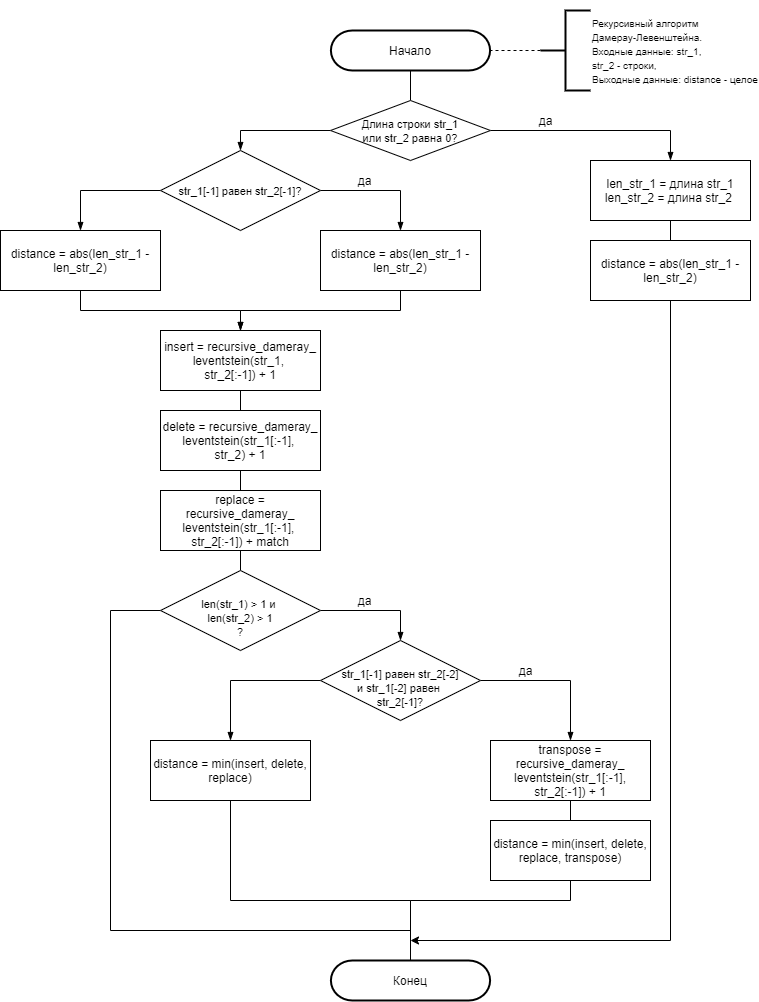
The draw.io diagram lab_01/report/diagrams/Рекурсивный Дамерау-Левенштейн.png in leontartykov/bmstu_sem_5_aa, before a commit. Source tidied: cells renumbered, new cells last; positions are measured from the earlier drawing's top-left corner, leaving out a move shared by most shapes. Source of this version:
```xml
<mxGraphModel>
  <root>
    <mxCell id="0" />
    <mxCell id="1" parent="0" />
    <mxCell id="2" style="edgeStyle=orthogonalEdgeStyle;rounded=0;jettySize=auto;html=1;exitX=0.5;exitY=1;exitDx=0;exitDy=0;exitPerimeter=0;entryX=0.5;entryY=0;entryDx=0;entryDy=0;endArrow=none;endFill=0;" parent="1" edge="1" source="3" target="8">
      <mxGeometry relative="1" as="geometry" />
    </mxCell>
    <mxCell id="3" value="Начало" style="strokeWidth=2;html=1;shape=(stored shape, 464 characters);whiteSpace=wrap;" parent="1" vertex="1">
      <mxGeometry x="260" y="20" width="300" height="40" as="geometry" />
    </mxCell>
    <mxCell id="4" value="&lt;font style=&quot;font-size: 10px&quot;&gt;&lt;br&gt;Рекурсивный алгоритм &lt;br&gt;Дамерау-Левенштейна.&lt;br&gt;Входные данные: str_1, &lt;br&gt;str_2 - строки,&lt;br&gt;Выходные данные: distance - целое&lt;br&gt;&lt;br&gt;&lt;/font&gt;" style="strokeWidth=2;html=1;shape=mxgraph.flowchart.annotation_2;align=left;labelPosition=right;" parent="1" vertex="1">
      <mxGeometry x="540" width="50" height="80" as="geometry" />
    </mxCell>
    <mxCell id="5" style="edgeStyle=orthogonalEdgeStyle;rounded=0;orthogonalLoop=1;jettySize=auto;html=1;exitX=0;exitY=0.5;exitDx=0;exitDy=0;exitPerimeter=0;endArrow=none;endFill=0;dashed=1;" parent="1" edge="1">
      <mxGeometry relative="1" as="geometry">
        <mxPoint x="540" y="40" as="sourcePoint" />
        <mxPoint x="489" y="40" as="targetPoint" />
      </mxGeometry>
    </mxCell>
    <mxCell id="6" style="edgeStyle=orthogonalEdgeStyle;rounded=0;jettySize=auto;html=1;exitX=1;exitY=0.5;exitDx=0;exitDy=0;entryX=0.5;entryY=0;entryDx=0;entryDy=0;endArrow=blockThin;endFill=1;" parent="1" edge="1" source="8" target="10">
      <mxGeometry relative="1" as="geometry" />
    </mxCell>
    <mxCell id="7" style="edgeStyle=orthogonalEdgeStyle;rounded=0;jettySize=auto;html=1;exitX=0;exitY=0.5;exitDx=0;exitDy=0;entryX=0.5;entryY=0;entryDx=0;entryDy=0;endArrow=blockThin;endFill=1;" parent="1" edge="1" source="8" target="15">
      <mxGeometry relative="1" as="geometry" />
    </mxCell>
    <mxCell id="8" value="&lt;font style=&quot;font-size: 11px&quot;&gt;Длина строки str_1&lt;br&gt;или&amp;nbsp;str_2 равна 0?&lt;/font&gt;" style="rhombus;whiteSpace=wrap;html=1;" parent="1" vertex="1">
      <mxGeometry x="330" y="90" width="160" height="60" as="geometry" />
    </mxCell>
    <mxCell id="9" style="edgeStyle=orthogonalEdgeStyle;rounded=0;jettySize=auto;html=1;exitX=0.5;exitY=1;exitDx=0;exitDy=0;entryX=0.5;entryY=0;entryDx=0;entryDy=0;endArrow=none;endFill=0;" parent="1" edge="1" source="10" target="12">
      <mxGeometry relative="1" as="geometry" />
    </mxCell>
    <mxCell id="10" value="len_str_1 = длина str_1&lt;br&gt;len_str_2 = длина str_2&amp;nbsp;" style="rounded=0;whiteSpace=wrap;html=1;" parent="1" vertex="1">
      <mxGeometry x="590" y="150" width="160" height="60" as="geometry" />
    </mxCell>
    <mxCell id="11" style="edgeStyle=orthogonalEdgeStyle;rounded=0;jettySize=auto;html=1;exitX=0.5;exitY=1;exitDx=0;exitDy=0;" parent="1" edge="1" source="12">
      <mxGeometry relative="1" as="geometry">
        <mxPoint x="410" y="930" as="targetPoint" />
        <Array as="points">
          <mxPoint x="670" y="930" />
        </Array>
      </mxGeometry>
    </mxCell>
    <mxCell id="12" value="distance = abs(len_str_1 - len_str_2)" style="rounded=0;whiteSpace=wrap;html=1;" parent="1" vertex="1">
      <mxGeometry x="590" y="230" width="160" height="60" as="geometry" />
    </mxCell>
    <mxCell id="13" style="edgeStyle=orthogonalEdgeStyle;rounded=0;jettySize=auto;html=1;exitX=1;exitY=0.5;exitDx=0;exitDy=0;entryX=0.5;entryY=0;entryDx=0;entryDy=0;endArrow=blockThin;endFill=1;" parent="1" edge="1" source="15" target="17">
      <mxGeometry relative="1" as="geometry" />
    </mxCell>
    <mxCell id="14" style="edgeStyle=orthogonalEdgeStyle;rounded=0;jettySize=auto;html=1;exitX=0;exitY=0.5;exitDx=0;exitDy=0;entryX=0.5;entryY=0;entryDx=0;entryDy=0;endArrow=blockThin;endFill=1;" parent="1" edge="1" source="15" target="19">
      <mxGeometry relative="1" as="geometry" />
    </mxCell>
    <mxCell id="15" value="&lt;span style=&quot;font-size: 11px&quot;&gt;str_1[-1] равен str_2[-1]?&lt;/span&gt;" style="rhombus;whiteSpace=wrap;html=1;" parent="1" vertex="1">
      <mxGeometry x="160" y="140" width="160" height="80" as="geometry" />
    </mxCell>
    <mxCell id="16" style="edgeStyle=orthogonalEdgeStyle;rounded=0;jettySize=auto;html=1;entryX=0.5;entryY=0;entryDx=0;entryDy=0;endArrow=blockThin;endFill=1;" parent="1" edge="1" source="17" target="23">
      <mxGeometry relative="1" as="geometry" />
    </mxCell>
    <mxCell id="17" value="distance = abs(len_str_1 - len_str_2)" style="rounded=0;whiteSpace=wrap;html=1;" parent="1" vertex="1">
      <mxGeometry x="320" y="220" width="160" height="60" as="geometry" />
    </mxCell>
    <mxCell id="18" style="edgeStyle=orthogonalEdgeStyle;rounded=0;jettySize=auto;html=1;exitX=0.5;exitY=1;exitDx=0;exitDy=0;entryX=0.5;entryY=0;entryDx=0;entryDy=0;endArrow=blockThin;endFill=1;" parent="1" edge="1" source="19" target="23">
      <mxGeometry relative="1" as="geometry" />
    </mxCell>
    <mxCell id="19" value="distance = abs(len_str_1 - len_str_2)" style="rounded=0;whiteSpace=wrap;html=1;" parent="1" vertex="1">
      <mxGeometry y="220" width="160" height="60" as="geometry" />
    </mxCell>
    <mxCell id="20" value="да" style="text;html=1;align=center;verticalAlign=middle;strokeColor=none;" parent="1" vertex="1">
      <mxGeometry x="349" y="160" width="30" height="20" as="geometry" />
    </mxCell>
    <mxCell id="21" value="да" style="text;html=1;align=center;verticalAlign=middle;strokeColor=none;" parent="1" vertex="1">
      <mxGeometry x="530" y="100" width="30" height="20" as="geometry" />
    </mxCell>
    <mxCell id="22" style="edgeStyle=orthogonalEdgeStyle;rounded=0;jettySize=auto;html=1;exitX=0.5;exitY=1;exitDx=0;exitDy=0;entryX=0.5;entryY=0;entryDx=0;entryDy=0;endArrow=none;endFill=0;" parent="1" edge="1" source="23" target="25">
      <mxGeometry relative="1" as="geometry" />
    </mxCell>
    <mxCell id="23" value="insert = recursive_dameray_&lt;br&gt;leventstein(str_1, &lt;br&gt;str_2[:-1]) + 1" style="rounded=0;whiteSpace=wrap;html=1;" parent="1" vertex="1">
      <mxGeometry x="160" y="320" width="160" height="60" as="geometry" />
    </mxCell>
    <mxCell id="24" style="edgeStyle=orthogonalEdgeStyle;rounded=0;jettySize=auto;html=1;exitX=0.5;exitY=1;exitDx=0;exitDy=0;entryX=0.5;entryY=0;entryDx=0;entryDy=0;endArrow=none;endFill=0;" parent="1" edge="1" source="25" target="27">
      <mxGeometry relative="1" as="geometry" />
    </mxCell>
    <mxCell id="25" value="delete = recursive_dameray_&lt;br&gt;leventstein(str_1[:-1], &lt;br&gt;str_2) + 1" style="rounded=0;whiteSpace=wrap;html=1;" parent="1" vertex="1">
      <mxGeometry x="160" y="400" width="160" height="60" as="geometry" />
    </mxCell>
    <mxCell id="26" style="edgeStyle=orthogonalEdgeStyle;rounded=0;jettySize=auto;html=1;exitX=0.5;exitY=1;exitDx=0;exitDy=0;entryX=0.5;entryY=0;entryDx=0;entryDy=0;endArrow=none;endFill=0;" parent="1" edge="1" source="27" target="30">
      <mxGeometry relative="1" as="geometry" />
    </mxCell>
    <mxCell id="27" value="replace = recursive_dameray_&lt;br&gt;leventstein(str_1[:-1], &lt;br&gt;str_2[:-1]) + match" style="rounded=0;whiteSpace=wrap;html=1;" parent="1" vertex="1">
      <mxGeometry x="160" y="480" width="160" height="60" as="geometry" />
    </mxCell>
    <mxCell id="28" style="edgeStyle=orthogonalEdgeStyle;rounded=0;jettySize=auto;html=1;exitX=1;exitY=0.5;exitDx=0;exitDy=0;entryX=0.5;entryY=0;entryDx=0;entryDy=0;endArrow=blockThin;endFill=1;" parent="1" edge="1" source="30" target="33">
      <mxGeometry relative="1" as="geometry" />
    </mxCell>
    <mxCell id="29" style="edgeStyle=orthogonalEdgeStyle;rounded=0;jettySize=auto;html=1;exitX=0;exitY=0.5;exitDx=0;exitDy=0;endArrow=none;endFill=0;" parent="1" edge="1" source="30">
      <mxGeometry relative="1" as="geometry">
        <mxPoint x="410" y="950" as="targetPoint" />
        <Array as="points">
          <mxPoint x="110" y="600" />
          <mxPoint x="110" y="920" />
          <mxPoint x="410" y="920" />
        </Array>
      </mxGeometry>
    </mxCell>
    <mxCell id="30" value="&lt;font style=&quot;font-size: 11px&quot;&gt;&lt;br&gt;len(str_1) &amp;gt; 1 и &lt;br&gt;len(str_2) &amp;gt; 1&lt;br&gt;?&lt;/font&gt;&lt;span style=&quot;font-size: 11px&quot;&gt;&lt;br&gt;&lt;/span&gt;" style="rhombus;whiteSpace=wrap;html=1;" parent="1" vertex="1">
      <mxGeometry x="160" y="560" width="160" height="80" as="geometry" />
    </mxCell>
    <mxCell id="31" style="edgeStyle=orthogonalEdgeStyle;rounded=0;jettySize=auto;html=1;exitX=1;exitY=0.5;exitDx=0;exitDy=0;entryX=0.5;entryY=0;entryDx=0;entryDy=0;endArrow=blockThin;endFill=1;" parent="1" edge="1" source="33" target="36">
      <mxGeometry relative="1" as="geometry" />
    </mxCell>
    <mxCell id="32" style="edgeStyle=orthogonalEdgeStyle;rounded=0;jettySize=auto;html=1;exitX=0;exitY=0.5;exitDx=0;exitDy=0;entryX=0.5;entryY=0;entryDx=0;entryDy=0;endArrow=blockThin;endFill=1;" parent="1" edge="1" source="33" target="38">
      <mxGeometry relative="1" as="geometry" />
    </mxCell>
    <mxCell id="33" value="&lt;span style=&quot;font-size: 11px&quot;&gt;&lt;br&gt;str_1[-1] равен str_2[-2]&lt;br&gt;и&amp;nbsp;&lt;/span&gt;&lt;span style=&quot;font-size: 11px&quot;&gt;str_1[-2] равен &lt;br&gt;str_2[-1]?&lt;/span&gt;&lt;span style=&quot;font-size: 11px&quot;&gt;&lt;br&gt;&lt;/span&gt;" style="rhombus;whiteSpace=wrap;html=1;" parent="1" vertex="1">
      <mxGeometry x="320" y="630" width="160" height="80" as="geometry" />
    </mxCell>
    <mxCell id="34" value="да" style="text;html=1;align=center;verticalAlign=middle;strokeColor=none;" parent="1" vertex="1">
      <mxGeometry x="349" y="580" width="30" height="20" as="geometry" />
    </mxCell>
    <mxCell id="35" style="edgeStyle=orthogonalEdgeStyle;rounded=0;jettySize=auto;html=1;exitX=0.5;exitY=1;exitDx=0;exitDy=0;entryX=0.5;entryY=0;entryDx=0;entryDy=0;endArrow=none;endFill=0;" parent="1" edge="1" source="36" target="41">
      <mxGeometry relative="1" as="geometry" />
    </mxCell>
    <mxCell id="36" value="transpose = recursive_dameray_&lt;br&gt;leventstein(str_1[:-1],&lt;br&gt;str_2[:-1]) + 1" style="rounded=0;whiteSpace=wrap;html=1;" parent="1" vertex="1">
      <mxGeometry x="490" y="730" width="160" height="60" as="geometry" />
    </mxCell>
    <mxCell id="37" style="edgeStyle=orthogonalEdgeStyle;rounded=0;jettySize=auto;html=1;exitX=0.5;exitY=1;exitDx=0;exitDy=0;entryX=0.5;entryY=0;entryDx=0;entryDy=0;entryPerimeter=0;endArrow=none;endFill=0;" parent="1" edge="1" source="38" target="42">
      <mxGeometry relative="1" as="geometry">
        <Array as="points">
          <mxPoint x="230" y="890" />
          <mxPoint x="410" y="890" />
        </Array>
      </mxGeometry>
    </mxCell>
    <mxCell id="38" value="distance = min(insert, delete, replace)" style="rounded=0;whiteSpace=wrap;html=1;" parent="1" vertex="1">
      <mxGeometry x="150" y="730" width="160" height="60" as="geometry" />
    </mxCell>
    <mxCell id="39" value="да" style="text;html=1;align=center;verticalAlign=middle;strokeColor=none;" parent="1" vertex="1">
      <mxGeometry x="510" y="650" width="30" height="20" as="geometry" />
    </mxCell>
    <mxCell id="40" style="edgeStyle=orthogonalEdgeStyle;rounded=0;jettySize=auto;html=1;exitX=0.5;exitY=1;exitDx=0;exitDy=0;entryX=0.5;entryY=0;entryDx=0;entryDy=0;entryPerimeter=0;endArrow=none;endFill=0;" parent="1" edge="1" source="41" target="42">
      <mxGeometry relative="1" as="geometry">
        <Array as="points">
          <mxPoint x="570" y="890" />
          <mxPoint x="410" y="890" />
        </Array>
      </mxGeometry>
    </mxCell>
    <mxCell id="41" value="distance = min(insert, delete, replace, transpose)" style="rounded=0;whiteSpace=wrap;html=1;" parent="1" vertex="1">
      <mxGeometry x="490" y="810" width="160" height="60" as="geometry" />
    </mxCell>
    <mxCell id="42" value="Конец" style="strokeWidth=2;html=1;shape=(stored shape, 464 characters);whiteSpace=wrap;" parent="1" vertex="1">
      <mxGeometry x="260" y="950" width="300" height="40" as="geometry" />
    </mxCell>
  </root>
</mxGraphModel>
```
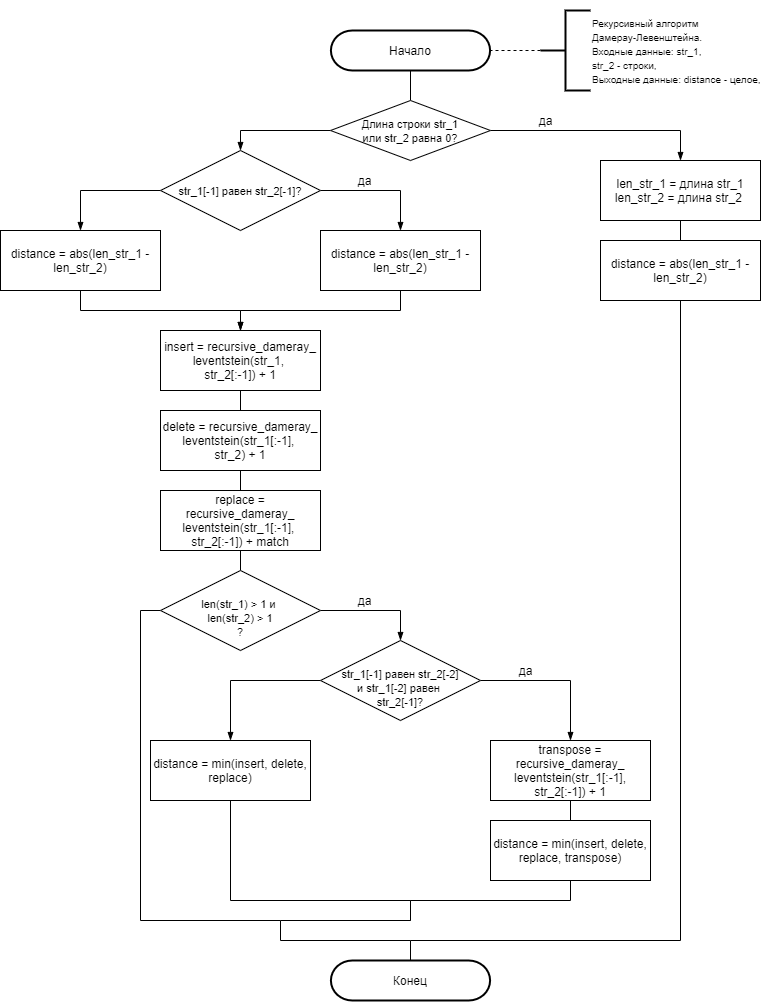
After the commit.

The edit, as a diff of the source:
```diff
@@ -8,7 +8,7 @@
     <mxCell id="3" value="Начало" style="strokeWidth=2;html=1;shape=(stored shape, 464 characters);whiteSpace=wrap;" parent="1" vertex="1">
       <mxGeometry x="260" y="20" width="300" height="40" as="geometry" />
     </mxCell>
-    <mxCell id="4" value="&lt;font style=&quot;font-size: 10px&quot;&gt;&lt;br&gt;Рекурсивный алгоритм &lt;br&gt;Дамерау-Левенштейна.&lt;br&gt;Входные данные: str_1, &lt;br&gt;str_2 - строки,&lt;br&gt;Выходные данные: distance - целое&lt;br&gt;&lt;br&gt;&lt;/font&gt;" style="strokeWidth=2;html=1;shape=mxgraph.flowchart.annotation_2;align=left;labelPosition=right;" parent="1" vertex="1">
+    <mxCell id="4" value="&lt;font style=&quot;font-size: 10px&quot;&gt;&lt;br&gt;Рекурсивный алгоритм &lt;br&gt;Дамерау-Левенштейна.&lt;br&gt;Входные данные: str_1, &lt;br&gt;str_2 - строки,&lt;br&gt;Выходные данные: distance - целое,&lt;br&gt;&lt;br&gt;&lt;/font&gt;" style="strokeWidth=2;html=1;shape=mxgraph.flowchart.annotation_2;align=left;labelPosition=right;" parent="1" vertex="1">
       <mxGeometry x="540" width="50" height="80" as="geometry" />
     </mxCell>
     <mxCell id="5" style="edgeStyle=orthogonalEdgeStyle;rounded=0;orthogonalLoop=1;jettySize=auto;html=1;exitX=0;exitY=0.5;exitDx=0;exitDy=0;exitPerimeter=0;endArrow=none;endFill=0;dashed=1;" parent="1" edge="1">
@@ -30,18 +30,18 @@
       <mxGeometry relative="1" as="geometry" />
     </mxCell>
     <mxCell id="10" value="len_str_1 = длина str_1&lt;br&gt;len_str_2 = длина str_2&amp;nbsp;" style="rounded=0;whiteSpace=wrap;html=1;" parent="1" vertex="1">
-      <mxGeometry x="590" y="150" width="160" height="60" as="geometry" />
+      <mxGeometry x="600" y="150" width="160" height="60" as="geometry" />
     </mxCell>
-    <mxCell id="11" style="edgeStyle=orthogonalEdgeStyle;rounded=0;jettySize=auto;html=1;exitX=0.5;exitY=1;exitDx=0;exitDy=0;" parent="1" edge="1" source="12">
-      <mxGeometry relative="1" as="geometry">
-        <mxPoint x="410" y="930" as="targetPoint" />
-        <Array as="points">
-          <mxPoint x="670" y="930" />
-        </Array>
-      </mxGeometry>
-    </mxCell>
+    <mxCell id="43" style="edgeStyle=orthogonalEdgeStyle;rounded=0;jettySize=auto;html=1;exitX=0.5;exitY=1;exitDx=0;exitDy=0;entryX=0.5;entryY=0;entryDx=0;entryDy=0;entryPerimeter=0;endArrow=none;endFill=0;" parent="1" edge="1" source="12" target="42">
+      <mxGeometry relative="1" as="geometry">
+        <Array as="points">
+          <mxPoint x="680" y="930" />
+          <mxPoint x="410" y="930" />
+        </Array>
+      </mxGeometry>
+    </mxCell>
     <mxCell id="12" value="distance = abs(len_str_1 - len_str_2)" style="rounded=0;whiteSpace=wrap;html=1;" parent="1" vertex="1">
-      <mxGeometry x="590" y="230" width="160" height="60" as="geometry" />
+      <mxGeometry x="600" y="230" width="160" height="60" as="geometry" />
     </mxCell>
     <mxCell id="13" style="edgeStyle=orthogonalEdgeStyle;rounded=0;jettySize=auto;html=1;exitX=1;exitY=0.5;exitDx=0;exitDy=0;entryX=0.5;entryY=0;entryDx=0;entryDy=0;endArrow=blockThin;endFill=1;" parent="1" edge="1" source="15" target="17">
       <mxGeometry relative="1" as="geometry" />
@@ -91,16 +91,17 @@
     <mxCell id="28" style="edgeStyle=orthogonalEdgeStyle;rounded=0;jettySize=auto;html=1;exitX=1;exitY=0.5;exitDx=0;exitDy=0;entryX=0.5;entryY=0;entryDx=0;entryDy=0;endArrow=blockThin;endFill=1;" parent="1" edge="1" source="30" target="33">
       <mxGeometry relative="1" as="geometry" />
     </mxCell>
-    <mxCell id="29" style="edgeStyle=orthogonalEdgeStyle;rounded=0;jettySize=auto;html=1;exitX=0;exitY=0.5;exitDx=0;exitDy=0;endArrow=none;endFill=0;" parent="1" edge="1" source="30">
-      <mxGeometry relative="1" as="geometry">
-        <mxPoint x="410" y="950" as="targetPoint" />
-        <Array as="points">
-          <mxPoint x="110" y="600" />
-          <mxPoint x="110" y="920" />
-          <mxPoint x="410" y="920" />
-        </Array>
-      </mxGeometry>
-    </mxCell>
+    <mxCell id="44" style="edgeStyle=orthogonalEdgeStyle;rounded=0;jettySize=auto;html=1;exitX=0;exitY=0.5;exitDx=0;exitDy=0;endArrow=none;endFill=0;" parent="1" edge="1" source="30">
+      <mxGeometry relative="1" as="geometry">
+        <mxPoint x="410" y="930" as="targetPoint" />
+        <Array as="points">
+          <mxPoint x="140" y="600" />
+          <mxPoint x="140" y="910" />
+          <mxPoint x="280" y="910" />
+          <mxPoint x="280" y="930" />
+        </Array>
+      </mxGeometry>
+    </mxCell>
     <mxCell id="30" value="&lt;font style=&quot;font-size: 11px&quot;&gt;&lt;br&gt;len(str_1) &amp;gt; 1 и &lt;br&gt;len(str_2) &amp;gt; 1&lt;br&gt;?&lt;/font&gt;&lt;span style=&quot;font-size: 11px&quot;&gt;&lt;br&gt;&lt;/span&gt;" style="rhombus;whiteSpace=wrap;html=1;" parent="1" vertex="1">
       <mxGeometry x="160" y="560" width="160" height="80" as="geometry" />
     </mxCell>
@@ -122,8 +123,9 @@
     <mxCell id="36" value="transpose = recursive_dameray_&lt;br&gt;leventstein(str_1[:-1],&lt;br&gt;str_2[:-1]) + 1" style="rounded=0;whiteSpace=wrap;html=1;" parent="1" vertex="1">
       <mxGeometry x="490" y="730" width="160" height="60" as="geometry" />
     </mxCell>
-    <mxCell id="37" style="edgeStyle=orthogonalEdgeStyle;rounded=0;jettySize=auto;html=1;exitX=0.5;exitY=1;exitDx=0;exitDy=0;entryX=0.5;entryY=0;entryDx=0;entryDy=0;entryPerimeter=0;endArrow=none;endFill=0;" parent="1" edge="1" source="38" target="42">
+    <mxCell id="37" style="edgeStyle=orthogonalEdgeStyle;rounded=0;jettySize=auto;html=1;exitX=0.5;exitY=1;exitDx=0;exitDy=0;endArrow=none;endFill=0;" parent="1" edge="1" source="38">
       <mxGeometry relative="1" as="geometry">
+        <mxPoint x="410" y="910" as="targetPoint" />
         <Array as="points">
           <mxPoint x="230" y="890" />
           <mxPoint x="410" y="890" />
@@ -136,14 +138,16 @@
     <mxCell id="39" value="да" style="text;html=1;align=center;verticalAlign=middle;strokeColor=none;" parent="1" vertex="1">
       <mxGeometry x="510" y="650" width="30" height="20" as="geometry" />
     </mxCell>
-    <mxCell id="40" style="edgeStyle=orthogonalEdgeStyle;rounded=0;jettySize=auto;html=1;exitX=0.5;exitY=1;exitDx=0;exitDy=0;entryX=0.5;entryY=0;entryDx=0;entryDy=0;entryPerimeter=0;endArrow=none;endFill=0;" parent="1" edge="1" source="41" target="42">
-      <mxGeometry relative="1" as="geometry">
-        <Array as="points">
-          <mxPoint x="570" y="890" />
-          <mxPoint x="410" y="890" />
-        </Array>
-      </mxGeometry>
-    </mxCell>
+    <mxCell id="45" style="edgeStyle=orthogonalEdgeStyle;rounded=0;jettySize=auto;html=1;exitX=0.5;exitY=1;exitDx=0;exitDy=0;endArrow=none;endFill=0;" parent="1" edge="1" source="41">
+      <mxGeometry relative="1" as="geometry">
+        <mxPoint x="280" y="910" as="targetPoint" />
+        <Array as="points">
+          <mxPoint x="570" y="890" />
+          <mxPoint x="410" y="890" />
+          <mxPoint x="410" y="910" />
+        </Array>
+      </mxGeometry>
+    </mxCell>
     <mxCell id="41" value="distance = min(insert, delete, replace, transpose)" style="rounded=0;whiteSpace=wrap;html=1;" parent="1" vertex="1">
       <mxGeometry x="490" y="810" width="160" height="60" as="geometry" />
     </mxCell>
```
